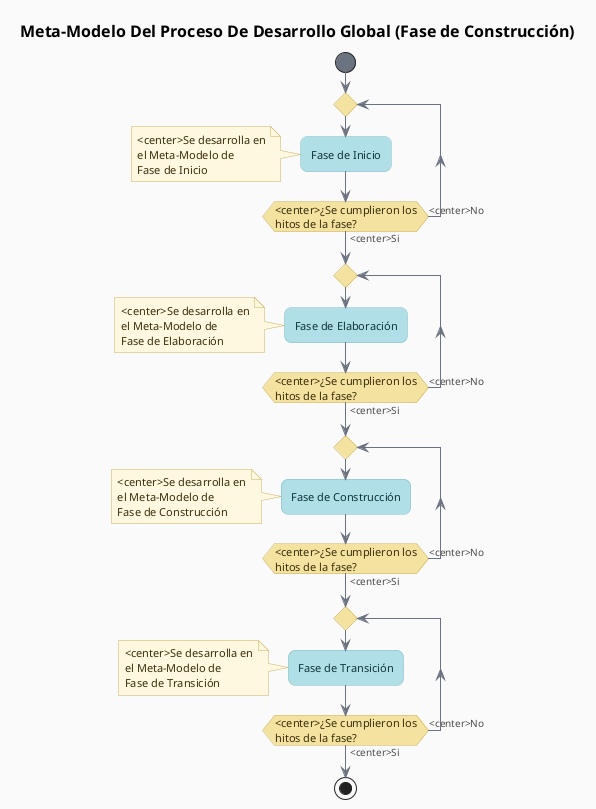
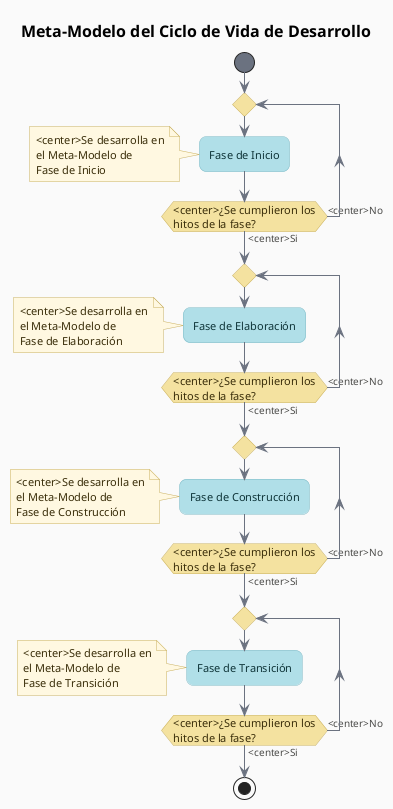
@startuml FaseConstruccion
- title  Meta-Modelo Del Proceso De Desarrollo Global (Fase de Construcción)
+ title  Meta-Modelo del Ciclo de Vida de Desarrollo

' === Modern soft theme ===
skinparam backgroundColor #FAFAFA
skinparam defaultFontName Helvetica
skinparam defaultFontSize 11
skinparam titleFontSize 16
skinparam titleFontStyle bold
skinparam shadowing false
skinparam roundCorner 14d
skinparam linetype polyline

skinparam activity {
    BackgroundColor       #B0DFE8
    BorderColor           #7DB9C5
    FontColor             #0F3539
    FontName              Helvetica
    FontSize              11
    DiamondBackgroundColor #F4E2A0
    DiamondBorderColor    #C9B05E
    DiamondFontColor      #3A2E0A
    StartColor            #6B7280
    EndColor              #6B7280
    BarColor              #6B7280
}

skinparam partition {
    BackgroundColor #FFFFFF
    BorderColor     #C9C9BE
    FontColor       #4A4A48
    FontStyle       bold
    FontSize        12
}

skinparam arrow {
    Color     #6B7280
    FontColor #4A4A48
    FontSize  10
    Thickness 1
}

skinparam note {
    BackgroundColor #FFF8E1
    BorderColor     #C9B05E
    FontColor       #3A2E0A
}

start
repeat
    :Fase de Inicio;
    note left :<center>Se desarrolla en\nel Meta-Modelo de\nFase de Inicio
repeat while (<center>¿Se cumplieron los\nhitos de la fase?) is (<center>No) not (<center>Si)

repeat
    :Fase de Elaboración;
    note left :<center>Se desarrolla en\nel Meta-Modelo de\nFase de Elaboración
repeat while (<center>¿Se cumplieron los\nhitos de la fase?) is (<center>No) not (<center>Si)

repeat
    :Fase de Construcción;
    note left :<center>Se desarrolla en\nel Meta-Modelo de\nFase de Construcción
repeat while (<center>¿Se cumplieron los\nhitos de la fase?) is (<center>No) not (<center>Si)

repeat
    :Fase de Transición;
    note left :<center>Se desarrolla en\nel Meta-Modelo de\nFase de Transición
    repeat while (<center>¿Se cumplieron los\nhitos de la fase?) is (<center>No) not (<center>Si)
stop

@enduml
